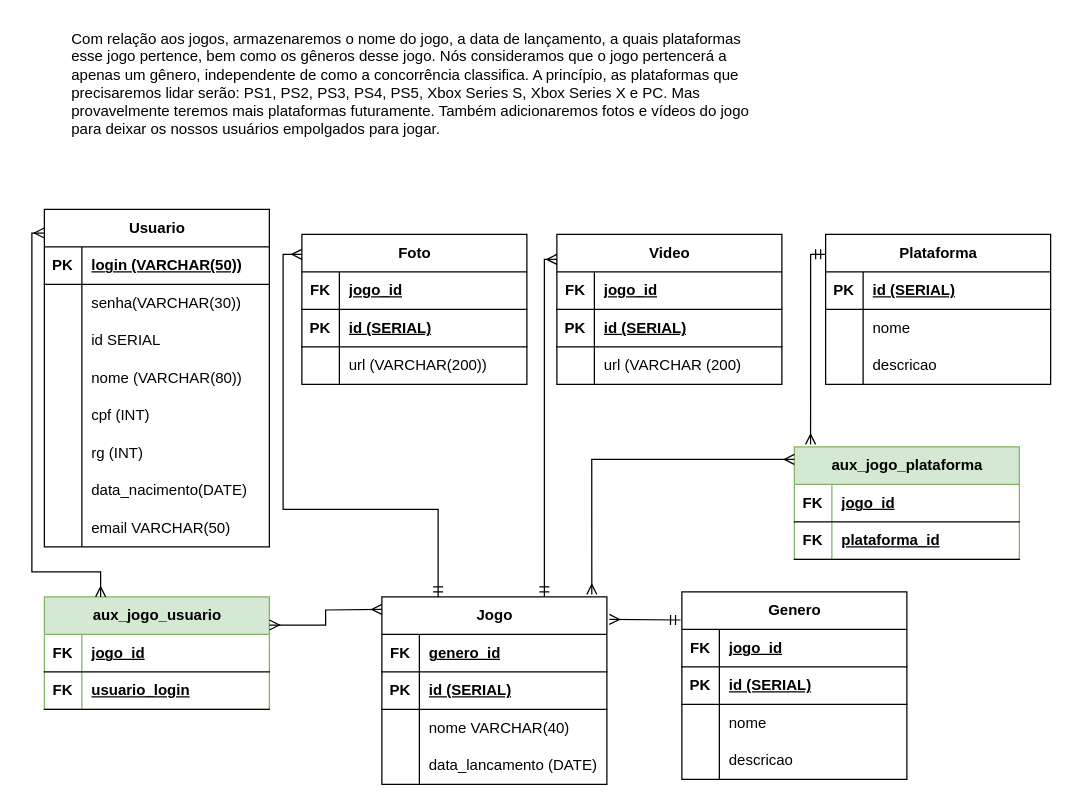
This is M2S07ex1.drawio from Luis-Vilar/DRAWio, a draw.io file, before an edit. Source tidied: cells renumbered, new cells numbered last; positions are measured from the earlier drawing's top-left corner, leaving out a move shared by most shapes. Both pictures are drawn from the tidied source at 125%, with x=0, y=0 at pixel (44, 21).
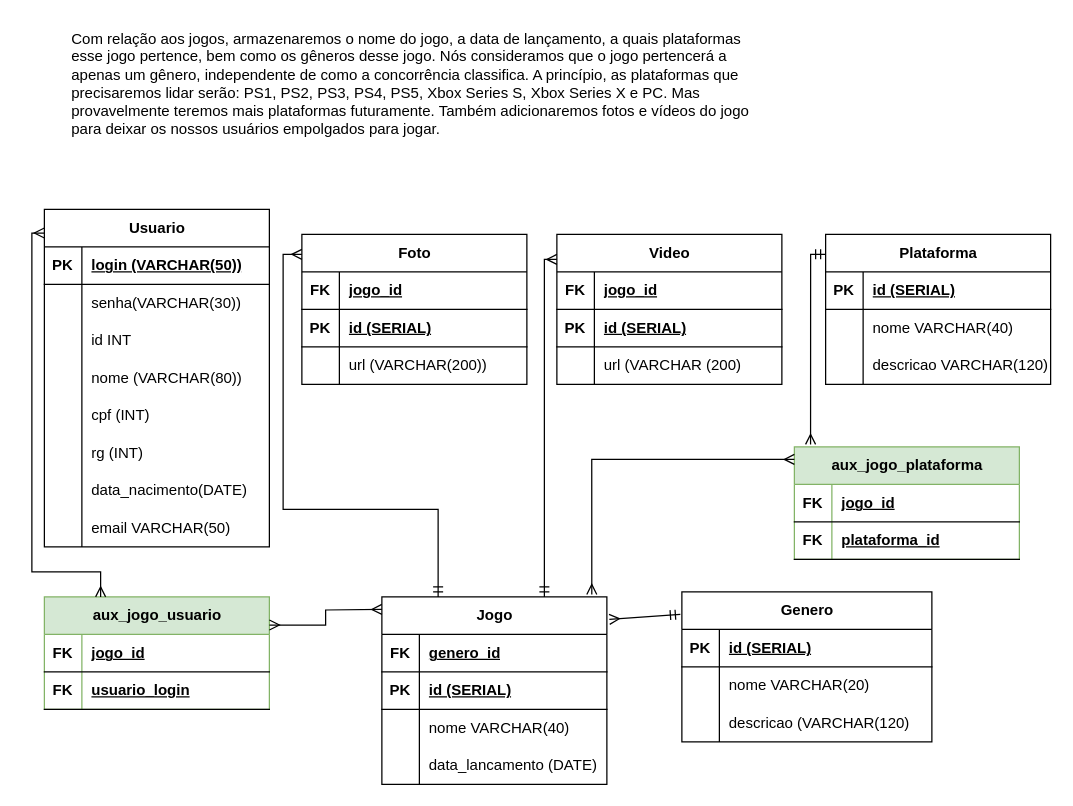
The same diagram, later.

Unchanged cells that the change refers to:
```xml
<mxCell id="9" style="shape=tableRow;horizontal=0;startSize=0;swimlaneHead=0;swimlaneBody=0;fillColor=none;top=0;left=0;right=0;bottom=0;strokeColor=default;fontFamily=Helvetica;fontSize=12;fontColor=default;html=1;" parent="2" vertex="1">
  <mxGeometry y="90" width="180" height="30" as="geometry" />
</mxCell>
<mxCell id="45" style="shape=tableRow;horizontal=0;startSize=0;swimlaneHead=0;swimlaneBody=0;fillColor=none;top=0;left=0;right=0;bottom=0;strokeColor=default;fontFamily=Helvetica;fontSize=12;fontColor=default;html=1;" parent="41" vertex="1">
  <mxGeometry y="60" width="180" height="30" as="geometry" />
</mxCell>
<mxCell id="48" style="shape=tableRow;horizontal=0;startSize=0;swimlaneHead=0;swimlaneBody=0;fillColor=none;top=0;left=0;right=0;bottom=0;strokeColor=default;fontFamily=Helvetica;fontSize=12;fontColor=default;html=1;" parent="41" vertex="1">
  <mxGeometry y="90" width="180" height="30" as="geometry" />
</mxCell>
```

Change to the diagram source:
```diff
@@
-    <mxCell id="11" value="id SERIAL" style="shape=partialRectangle;fillColor=none;top=0;left=0;bottom=0;right=0;align=left;spacingLeft=6;overflow=hidden;whiteSpace=wrap;html=1;strokeColor=default;fontFamily=Helvetica;fontSize=12;fontColor=default;startSize=30;" parent="9" vertex="1">
+    <mxCell id="11" value="id INT" style="shape=partialRectangle;fillColor=none;top=0;left=0;bottom=0;right=0;align=left;spacingLeft=6;overflow=hidden;whiteSpace=wrap;html=1;strokeColor=default;fontFamily=Helvetica;fontSize=12;fontColor=default;startSize=30;" parent="9" vertex="1">
       <mxGeometry x="30" width="150" height="30" as="geometry" />
     </mxCell>
@@
-    <mxCell id="47" value="nome" style="shape=partialRectangle;fillColor=none;top=0;left=0;bottom=0;right=0;align=left;spacingLeft=6;overflow=hidden;whiteSpace=wrap;html=1;strokeColor=default;fontFamily=Helvetica;fontSize=12;fontColor=default;startSize=30;" parent="45" vertex="1">
+    <mxCell id="47" value="nome VARCHAR(40)" style="shape=partialRectangle;fillColor=none;top=0;left=0;bottom=0;right=0;align=left;spacingLeft=6;overflow=hidden;whiteSpace=wrap;html=1;strokeColor=default;fontFamily=Helvetica;fontSize=12;fontColor=default;startSize=30;" parent="45" vertex="1">
       <mxGeometry x="30" width="150" height="30" as="geometry" />
     </mxCell>
@@
-    <mxCell id="50" value="descricao" style="shape=partialRectangle;fillColor=none;top=0;left=0;bottom=0;right=0;align=left;spacingLeft=6;overflow=hidden;whiteSpace=wrap;html=1;strokeColor=default;fontFamily=Helvetica;fontSize=12;fontColor=default;startSize=30;" parent="48" vertex="1">
+    <mxCell id="50" value="descricao VARCHAR(120)" style="shape=partialRectangle;fillColor=none;top=0;left=0;bottom=0;right=0;align=left;spacingLeft=6;overflow=hidden;whiteSpace=wrap;html=1;strokeColor=default;fontFamily=Helvetica;fontSize=12;fontColor=default;startSize=30;" parent="48" vertex="1">
       <mxGeometry x="30" width="150" height="30" as="geometry" />
     </mxCell>
     <mxCell id="51" value="Genero" style="shape=table;startSize=30;childLayout=tableLayout;rowLines=0;fontStyle=1;align=center;html=1;strokeColor=default;fontFamily=Helvetica;fontSize=12;fontColor=default;fillColor=default;" parent="1" vertex="1">
-      <mxGeometry x="510" y="456" width="180" height="150" as="geometry" />
+      <mxGeometry x="510" y="456" width="200" height="120" as="geometry" />
     </mxCell>
-    <mxCell id="52" style="shape=tableRow;horizontal=0;startSize=0;swimlaneHead=0;swimlaneBody=0;fillColor=none;top=0;left=0;right=0;bottom=1;strokeColor=default;fontFamily=Helvetica;fontSize=12;fontColor=default;html=1;" parent="51" vertex="1">
-      <mxGeometry y="30" width="180" height="30" as="geometry" />
-    </mxCell>
-    <mxCell id="53" value="FK" style="shape=partialRectangle;fillColor=none;top=0;left=0;bottom=0;right=0;fontStyle=1;overflow=hidden;whiteSpace=wrap;html=1;strokeColor=default;fontFamily=Helvetica;fontSize=12;fontColor=default;startSize=30;" parent="52" vertex="1">
-      <mxGeometry width="30" height="30" as="geometry" />
-    </mxCell>
-    <mxCell id="54" value="jogo_id" style="shape=partialRectangle;fillColor=none;top=0;left=0;bottom=0;right=0;align=left;spacingLeft=6;fontStyle=5;overflow=hidden;whiteSpace=wrap;html=1;strokeColor=default;fontFamily=Helvetica;fontSize=12;fontColor=default;startSize=30;" parent="52" vertex="1">
-      <mxGeometry x="30" width="150" height="30" as="geometry" />
-    </mxCell>
     <mxCell id="55" style="shape=tableRow;horizontal=0;startSize=0;swimlaneHead=0;swimlaneBody=0;fillColor=none;top=0;left=0;right=0;bottom=1;strokeColor=default;fontFamily=Helvetica;fontSize=12;fontColor=default;html=1;" parent="51" vertex="1">
-      <mxGeometry y="60" width="180" height="30" as="geometry" />
+      <mxGeometry y="30" width="200" height="30" as="geometry" />
     </mxCell>
@@
     <mxCell id="57" value="id (SERIAL)" style="shape=partialRectangle;fillColor=none;top=0;left=0;bottom=0;right=0;align=left;spacingLeft=6;fontStyle=5;overflow=hidden;whiteSpace=wrap;html=1;strokeColor=default;fontFamily=Helvetica;fontSize=12;fontColor=default;startSize=30;" parent="55" vertex="1">
-      <mxGeometry x="30" width="150" height="30" as="geometry" />
+      <mxGeometry x="30" width="170" height="30" as="geometry" />
     </mxCell>
     <mxCell id="58" style="shape=tableRow;horizontal=0;startSize=0;swimlaneHead=0;swimlaneBody=0;fillColor=none;top=0;left=0;right=0;bottom=0;strokeColor=default;fontFamily=Helvetica;fontSize=12;fontColor=default;html=1;" parent="51" vertex="1">
-      <mxGeometry y="90" width="180" height="30" as="geometry" />
+      <mxGeometry y="60" width="200" height="30" as="geometry" />
     </mxCell>
@@
-    <mxCell id="60" value="nome" style="shape=partialRectangle;fillColor=none;top=0;left=0;bottom=0;right=0;align=left;spacingLeft=6;overflow=hidden;whiteSpace=wrap;html=1;strokeColor=default;fontFamily=Helvetica;fontSize=12;fontColor=default;startSize=30;" parent="58" vertex="1">
-      <mxGeometry x="30" width="150" height="30" as="geometry" />
+    <mxCell id="60" value="nome VARCHAR(20)" style="shape=partialRectangle;fillColor=none;top=0;left=0;bottom=0;right=0;align=left;spacingLeft=6;overflow=hidden;whiteSpace=wrap;html=1;strokeColor=default;fontFamily=Helvetica;fontSize=12;fontColor=default;startSize=30;" parent="58" vertex="1">
+      <mxGeometry x="30" width="170" height="30" as="geometry" />
     </mxCell>
     <mxCell id="61" style="shape=tableRow;horizontal=0;startSize=0;swimlaneHead=0;swimlaneBody=0;fillColor=none;top=0;left=0;right=0;bottom=0;strokeColor=default;fontFamily=Helvetica;fontSize=12;fontColor=default;html=1;" parent="51" vertex="1">
-      <mxGeometry y="120" width="180" height="30" as="geometry" />
+      <mxGeometry y="90" width="200" height="30" as="geometry" />
     </mxCell>
@@
-    <mxCell id="63" value="descricao" style="shape=partialRectangle;fillColor=none;top=0;left=0;bottom=0;right=0;align=left;spacingLeft=6;overflow=hidden;whiteSpace=wrap;html=1;strokeColor=default;fontFamily=Helvetica;fontSize=12;fontColor=default;startSize=30;" parent="61" vertex="1">
-      <mxGeometry x="30" width="150" height="30" as="geometry" />
+    <mxCell id="63" value="descricao (VARCHAR(120)" style="shape=partialRectangle;fillColor=none;top=0;left=0;bottom=0;right=0;align=left;spacingLeft=6;overflow=hidden;whiteSpace=wrap;html=1;strokeColor=default;fontFamily=Helvetica;fontSize=12;fontColor=default;startSize=30;" parent="61" vertex="1">
+      <mxGeometry x="30" width="170" height="30" as="geometry" />
     </mxCell>
```
